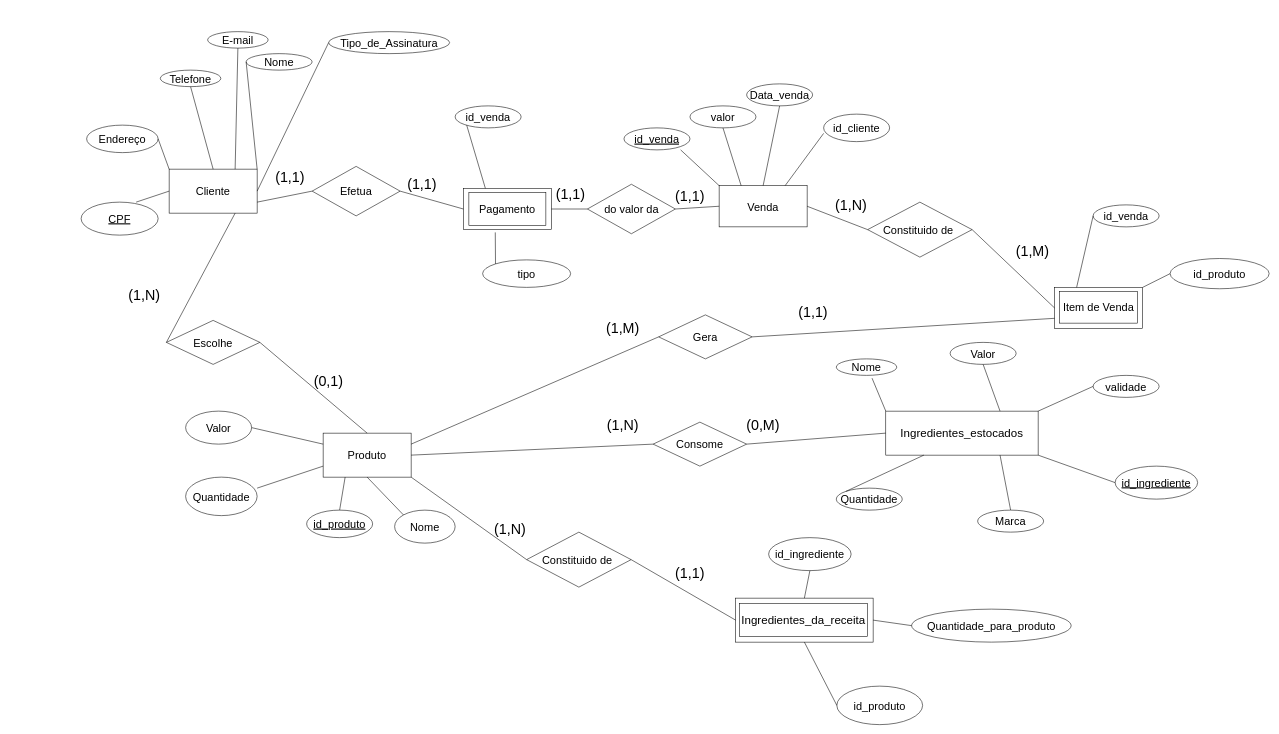
This is lib/der-padaria.drawio from GustavoBastos04/Sistema-de-padaria, a draw.io file, before an edit. Source tidied: cells renumbered, new cells numbered last; positions are measured from the earlier drawing's top-left corner, leaving out a move shared by most shapes. Both pictures are drawn from the tidied source at 55%, with x=0, y=0 at pixel (81, 31).
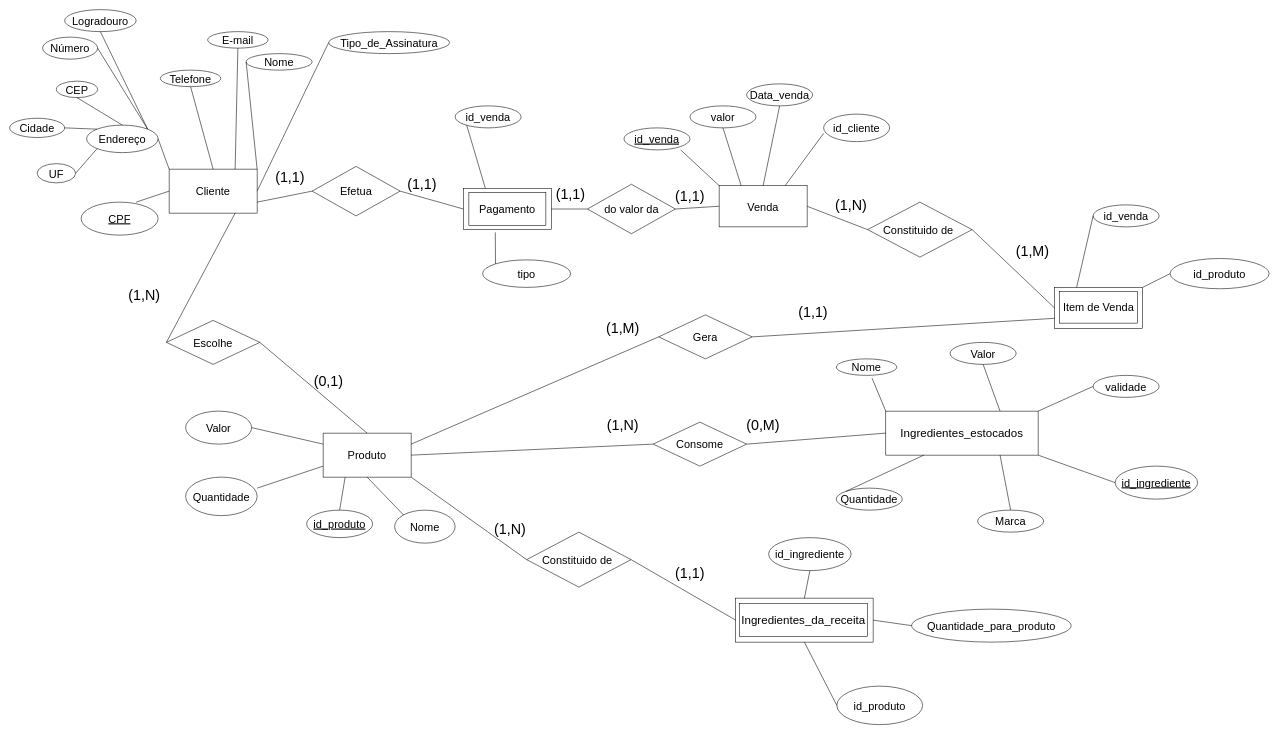
Above is the later version.

Commit message (it also covers changes not shown here):
bastos:Edit DER

The change refers to these unchanged cells:
```xml
<mxCell id="36" value="&lt;span style=&quot;font-size: 20px;&quot;&gt;Endereço&lt;/span&gt;" style="ellipse;whiteSpace=wrap;html=1;" parent="1" vertex="1">
  <mxGeometry x="10" y="170" width="130" height="50" as="geometry" />
</mxCell>
```

Change to the diagram source:
```diff
@@
+    <mxCell id="101" value="&lt;span style=&quot;font-size: 20px;&quot;&gt;Logradouro&lt;/span&gt;" style="ellipse;whiteSpace=wrap;html=1;" parent="1" vertex="1">
+      <mxGeometry x="-30" y="-40" width="130" height="40" as="geometry" />
+    </mxCell>
+    <mxCell id="102" value="&lt;span style=&quot;font-size: 20px;&quot;&gt;Número&lt;/span&gt;" style="ellipse;whiteSpace=wrap;html=1;" parent="1" vertex="1">
+      <mxGeometry x="-70" y="10" width="100" height="40" as="geometry" />
+    </mxCell>
+    <mxCell id="103" value="&lt;span style=&quot;font-size: 20px;&quot;&gt;CEP&lt;/span&gt;" style="ellipse;whiteSpace=wrap;html=1;" parent="1" vertex="1">
+      <mxGeometry x="-45" y="90" width="75" height="30" as="geometry" />
+    </mxCell>
+    <mxCell id="104" value="&lt;span style=&quot;font-size: 20px;&quot;&gt;Cidade&lt;/span&gt;" style="ellipse;whiteSpace=wrap;html=1;" parent="1" vertex="1">
+      <mxGeometry x="-130" y="157.5" width="100" height="35" as="geometry" />
+    </mxCell>
+    <mxCell id="105" value="&lt;span style=&quot;font-size: 20px;&quot;&gt;UF&lt;/span&gt;" style="ellipse;whiteSpace=wrap;html=1;" parent="1" vertex="1">
+      <mxGeometry x="-80" y="240" width="70" height="35" as="geometry" />
+    </mxCell>
+    <mxCell id="106" style="endArrow=none;html=1;rounded=0;exitX=1;exitY=0;exitDx=0;exitDy=0;entryX=0.5;entryY=1;entryDx=0;entryDy=0;" parent="1" edge="1" source="36" target="101">
+      <mxGeometry relative="1" as="geometry" />
+    </mxCell>
+    <mxCell id="107" style="endArrow=none;html=1;rounded=0;exitX=0.5;exitY=0;exitDx=0;exitDy=0;entryX=0.5;entryY=1;entryDx=0;entryDy=0;" parent="1" edge="1" source="36" target="103">
+      <mxGeometry relative="1" as="geometry" />
+    </mxCell>
+    <mxCell id="108" style="endArrow=none;html=1;rounded=0;exitX=1;exitY=0;exitDx=0;exitDy=0;entryX=1;entryY=0.5;entryDx=0;entryDy=0;" parent="1" edge="1" source="36" target="102">
+      <mxGeometry relative="1" as="geometry" />
+    </mxCell>
+    <mxCell id="109" style="endArrow=none;html=1;rounded=0;exitX=0;exitY=0;exitDx=0;exitDy=0;entryX=1;entryY=0.5;entryDx=0;entryDy=0;" parent="1" edge="1" source="36" target="104">
+      <mxGeometry relative="1" as="geometry" />
+    </mxCell>
+    <mxCell id="110" style="endArrow=none;html=1;rounded=0;exitX=0;exitY=1;exitDx=0;exitDy=0;entryX=1;entryY=0.5;entryDx=0;entryDy=0;" parent="1" edge="1" source="36" target="105">
+      <mxGeometry relative="1" as="geometry" />
+    </mxCell>
```
